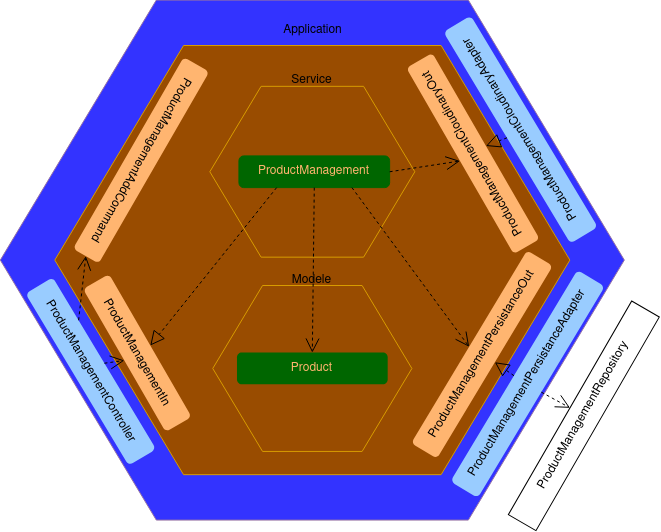
SimonVanMello/dshop keeps this draw.io diagram as documents/schema/addProductSchema.png. Above is the earlier version. Source tidied: cells renumbered, new cells last; positions are measured from the earlier drawing's top-left corner, leaving out a move shared by most shapes. Source of this version:
```xml
<mxGraphModel>
  <root>
    <mxCell id="0" />
    <mxCell id="1" parent="0" />
    <mxCell id="2" style="verticalLabelPosition=bottom;verticalAlign=top;html=1;shape=mxgraph.basic.polygon;polyCoords=[[0.25,0],[0.75,0],[1,0.5],[1,0.5],[0.75,1],[0.25,1],[0,0.5],[0,0.5]];polyline=0;fillColor=#3333FF;strokeColor=#9673a6;" parent="1" vertex="1">
      <mxGeometry x="9.8" y="-0.4" width="624" height="520" as="geometry" />
    </mxCell>
    <mxCell id="3" value="ProductManagementController" style="html=1;whiteSpace=wrap;rotation=59;direction=west;glass=0;strokeColor=none;fillColor=#99CCFF;shadow=0;rounded=1;" parent="1" vertex="1">
      <mxGeometry y="355" width="200.5" height="31.9" as="geometry" />
    </mxCell>
    <mxCell id="4" value="Adapters" style="text;html=1;align=center;verticalAlign=middle;strokeColor=none;fillColor=none;" parent="1" vertex="1">
      <mxGeometry x="221.3" y="55.8" width="70" height="30" as="geometry" />
    </mxCell>
    <mxCell id="5" style="verticalLabelPosition=bottom;verticalAlign=top;html=1;shape=mxgraph.basic.polygon;polyCoords=[[0.25,0],[0.75,0],[1,0.5],[1,0.5],[0.75,1],[0.25,1],[0,0.5],[0,0.5]];polyline=0;fillColor=#994C00;strokeColor=#d79b00;" parent="1" vertex="1">
      <mxGeometry x="64.3" y="45" width="515" height="429.2" as="geometry" />
    </mxCell>
    <mxCell id="6" value="Application" style="text;html=1;align=center;verticalAlign=middle;strokeColor=none;fillColor=none;" parent="1" vertex="1">
      <mxGeometry x="281.8" y="15" width="80" height="30" as="geometry" />
    </mxCell>
    <mxCell id="7" value="ProductManagementIn" style="html=1;whiteSpace=wrap;rotation=60;direction=west;glass=0;strokeColor=none;fillColor=#FFB570;shadow=0;rounded=1;flipV=0;flipH=0;fontColor=#000000;" parent="1" vertex="1">
      <mxGeometry x="64.3" y="337.5" width="165" height="30" as="geometry" />
    </mxCell>
    <mxCell id="8" value="ProductManagementAddCommand" style="html=1;whiteSpace=wrap;rotation=-240;direction=west;glass=0;strokeColor=none;fillColor=#FFB570;shadow=0;rounded=1;fontColor=#000000;" parent="1" vertex="1">
      <mxGeometry x="40" y="145" width="221.3" height="29.5" as="geometry" />
    </mxCell>
    <mxCell id="9" style="verticalLabelPosition=bottom;verticalAlign=top;html=1;shape=mxgraph.basic.polygon;polyCoords=[[0.25,0],[0.75,0],[1,0.5],[1,0.5],[0.75,1],[0.25,1],[0,0.5],[0,0.5]];polyline=0;fillColor=#994C00;strokeColor=#d79b00;" parent="1" vertex="1">
      <mxGeometry x="219.3" y="85.8" width="205" height="170.8" as="geometry" />
    </mxCell>
    <mxCell id="10" style="verticalLabelPosition=bottom;verticalAlign=top;html=1;shape=mxgraph.basic.polygon;polyCoords=[[0.25,0],[0.75,0],[1,0.5],[1,0.5],[0.75,1],[0.25,1],[0,0.5],[0,0.5]];polyline=0;fillColor=#994C00;strokeColor=#d79b00;" parent="1" vertex="1">
      <mxGeometry x="222.3" y="285" width="199.1" height="165.9" as="geometry" />
    </mxCell>
    <mxCell id="11" value="ProductManagementPersistanceOut" style="html=1;whiteSpace=wrap;rotation=301;direction=west;glass=0;strokeColor=none;fillColor=#FFB570;shadow=0;rounded=1;flipV=0;flipH=0;fontColor=#000000;" parent="1" vertex="1">
      <mxGeometry x="379" y="339" width="225" height="30" as="geometry" />
    </mxCell>
    <mxCell id="12" value="ProductManagementCloudinaryOut" style="html=1;whiteSpace=wrap;rotation=-120;direction=east;glass=0;strokeColor=none;fillColor=#FFB570;shadow=0;rounded=1;flipV=0;flipH=0;fontColor=#000000;" parent="1" vertex="1">
      <mxGeometry x="375" y="138" width="215" height="30" as="geometry" />
    </mxCell>
    <mxCell id="13" value="ProductManagementPersistanceAdapter" style="html=1;whiteSpace=wrap;rotation=301;direction=west;glass=0;strokeColor=none;fillColor=#99CCFF;shadow=0;rounded=1;" parent="1" vertex="1">
      <mxGeometry x="413.8" y="367.5" width="246.7" height="31.9" as="geometry" />
    </mxCell>
    <mxCell id="14" value="ProductManagementCloudinaryAdapter" style="html=1;whiteSpace=wrap;rotation=239;direction=west;glass=0;strokeColor=none;fillColor=#99CCFF;shadow=0;rounded=1;" parent="1" vertex="1">
      <mxGeometry x="406.8" y="113.1" width="246.7" height="31.9" as="geometry" />
    </mxCell>
    <mxCell id="15" value="ProductManagementRepository" style="html=1;whiteSpace=wrap;rotation=-60;direction=west;glass=0;strokeColor=default;fillColor=none;shadow=0;rounded=0;" parent="1" vertex="1">
      <mxGeometry x="470" y="399.4" width="246.7" height="31.9" as="geometry" />
    </mxCell>
    <mxCell id="16" value="Service" style="text;html=1;align=center;verticalAlign=middle;strokeColor=none;fillColor=none;" parent="1" vertex="1">
      <mxGeometry x="290.8" y="65" width="60" height="30" as="geometry" />
    </mxCell>
    <mxCell id="17" value="Modele" style="text;html=1;align=center;verticalAlign=middle;strokeColor=none;fillColor=none;" parent="1" vertex="1">
      <mxGeometry x="291.3" y="265" width="60" height="30" as="geometry" />
    </mxCell>
    <mxCell id="18" value="ProductManagement" style="html=1;whiteSpace=wrap;rotation=0;direction=east;glass=0;strokeColor=#006600;fillColor=#006600;shadow=0;rounded=1;flipV=0;flipH=0;fontColor=#FFB570;" parent="1" vertex="1">
      <mxGeometry x="248.4" y="155.4" width="150.7" height="31.7" as="geometry" />
    </mxCell>
    <mxCell id="19" value="Product" style="html=1;whiteSpace=wrap;rotation=0;direction=east;glass=0;strokeColor=none;fillColor=#006600;shadow=0;rounded=1;flipV=0;flipH=0;fontColor=#FFB570;" parent="1" vertex="1">
      <mxGeometry x="246.5" y="352.1" width="150.7" height="31.7" as="geometry" />
    </mxCell>
    <mxCell id="20" style="endArrow=open;endSize=12;dashed=1;html=1;rounded=0;entryX=0.5;entryY=0;entryDx=0;entryDy=0;exitX=0.5;exitY=1;exitDx=0;exitDy=0;" parent="1" edge="1" source="3" target="7">
      <mxGeometry x="0.28" y="-24" relative="1" as="geometry" />
    </mxCell>
    <mxCell id="21" style="endArrow=block;dashed=1;endFill=0;endSize=12;html=1;rounded=0;entryX=0.5;entryY=1;entryDx=0;entryDy=0;exitX=0.25;exitY=1;exitDx=0;exitDy=0;" parent="1" edge="1" source="18" target="7">
      <mxGeometry relative="1" as="geometry" />
    </mxCell>
    <mxCell id="22" style="endArrow=open;endSize=12;dashed=1;html=1;rounded=0;entryX=0.5;entryY=0;entryDx=0;entryDy=0;exitX=0.5;exitY=1;exitDx=0;exitDy=0;" parent="1" edge="1" source="18" target="19">
      <mxGeometry x="0.28" y="-24" relative="1" as="geometry" />
    </mxCell>
    <mxCell id="23" style="endArrow=open;endSize=12;dashed=1;html=1;rounded=0;entryX=0;entryY=0.5;entryDx=0;entryDy=0;exitX=0.75;exitY=1;exitDx=0;exitDy=0;" parent="1" edge="1" source="3" target="8">
      <mxGeometry x="0.28" y="-24" relative="1" as="geometry" />
    </mxCell>
    <mxCell id="24" style="endArrow=open;endSize=12;dashed=1;html=1;rounded=0;entryX=0.5;entryY=0;entryDx=0;entryDy=0;exitX=1;exitY=0.5;exitDx=0;exitDy=0;" parent="1" edge="1" source="18" target="12">
      <mxGeometry x="0.28" y="-24" relative="1" as="geometry" />
    </mxCell>
    <mxCell id="25" style="endArrow=open;endSize=12;dashed=1;html=1;rounded=0;entryX=0.5;entryY=1;entryDx=0;entryDy=0;exitX=0.75;exitY=1;exitDx=0;exitDy=0;" parent="1" edge="1" source="18" target="11">
      <mxGeometry x="0.28" y="-24" relative="1" as="geometry" />
    </mxCell>
    <mxCell id="26" style="endArrow=block;dashed=1;endFill=0;endSize=12;html=1;rounded=0;entryX=0.5;entryY=0;entryDx=0;entryDy=0;exitX=0.5;exitY=1;exitDx=0;exitDy=0;" parent="1" edge="1" source="13" target="11">
      <mxGeometry relative="1" as="geometry" />
    </mxCell>
    <mxCell id="27" style="endArrow=block;dashed=1;endFill=0;endSize=12;html=1;rounded=0;entryX=0.5;entryY=1;entryDx=0;entryDy=0;exitX=0.5;exitY=1;exitDx=0;exitDy=0;" parent="1" edge="1" source="14" target="12">
      <mxGeometry relative="1" as="geometry" />
    </mxCell>
    <mxCell id="28" style="endArrow=open;endSize=12;dashed=1;html=1;rounded=0;entryX=0.5;entryY=1;entryDx=0;entryDy=0;exitX=0.5;exitY=0;exitDx=0;exitDy=0;" parent="1" edge="1" source="13" target="15">
      <mxGeometry x="0.28" y="-24" relative="1" as="geometry" />
    </mxCell>
  </root>
</mxGraphModel>
```
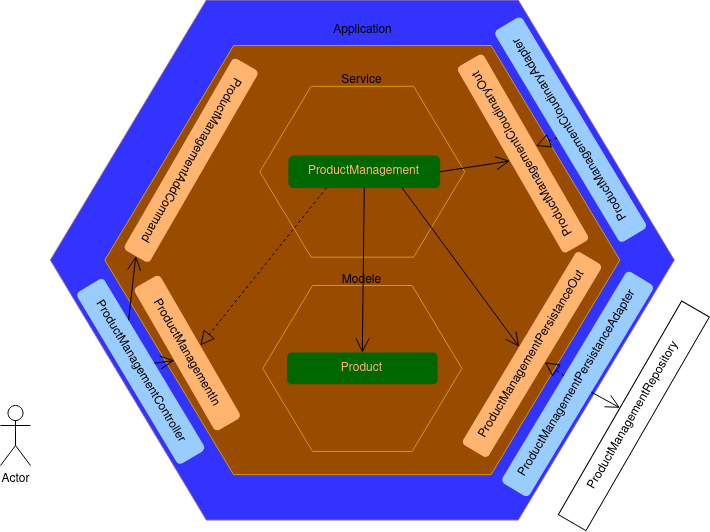
Later version of the same file.

What changed in the source:
```diff
@@ -56,22 +56,25 @@
     <mxCell id="19" value="Product" style="html=1;whiteSpace=wrap;rotation=0;direction=east;glass=0;strokeColor=none;fillColor=#006600;shadow=0;rounded=1;flipV=0;flipH=0;fontColor=#FFB570;" parent="1" vertex="1">
       <mxGeometry x="246.5" y="352.1" width="150.7" height="31.7" as="geometry" />
     </mxCell>
+    <mxCell id="29" value="Actor" style="shape=umlActor;verticalLabelPosition=bottom;verticalAlign=top;html=1;" parent="1" vertex="1">
+      <mxGeometry x="-40" y="405" width="30" height="60" as="geometry" />
+    </mxCell>
-    <mxCell id="20" style="endArrow=open;endSize=12;dashed=1;html=1;rounded=0;entryX=0.5;entryY=0;entryDx=0;entryDy=0;exitX=0.5;exitY=1;exitDx=0;exitDy=0;" parent="1" edge="1" source="3" target="7">
+    <mxCell id="20" style="endArrow=open;endSize=12;html=1;rounded=0;entryX=0.5;entryY=0;entryDx=0;entryDy=0;exitX=0.5;exitY=1;exitDx=0;exitDy=0;" parent="1" edge="1" source="3" target="7">
       <mxGeometry x="0.28" y="-24" relative="1" as="geometry" />
     </mxCell>
     <mxCell id="21" style="endArrow=block;dashed=1;endFill=0;endSize=12;html=1;rounded=0;entryX=0.5;entryY=1;entryDx=0;entryDy=0;exitX=0.25;exitY=1;exitDx=0;exitDy=0;" parent="1" edge="1" source="18" target="7">
       <mxGeometry relative="1" as="geometry" />
     </mxCell>
-    <mxCell id="22" style="endArrow=open;endSize=12;dashed=1;html=1;rounded=0;entryX=0.5;entryY=0;entryDx=0;entryDy=0;exitX=0.5;exitY=1;exitDx=0;exitDy=0;" parent="1" edge="1" source="18" target="19">
+    <mxCell id="22" style="endArrow=open;endSize=12;html=1;rounded=0;entryX=0.5;entryY=0;entryDx=0;entryDy=0;exitX=0.5;exitY=1;exitDx=0;exitDy=0;" parent="1" edge="1" source="18" target="19">
       <mxGeometry x="0.28" y="-24" relative="1" as="geometry" />
     </mxCell>
-    <mxCell id="23" style="endArrow=open;endSize=12;dashed=1;html=1;rounded=0;entryX=0;entryY=0.5;entryDx=0;entryDy=0;exitX=0.75;exitY=1;exitDx=0;exitDy=0;" parent="1" edge="1" source="3" target="8">
+    <mxCell id="23" style="endArrow=open;endSize=12;html=1;rounded=0;entryX=0;entryY=0.5;entryDx=0;entryDy=0;exitX=0.75;exitY=1;exitDx=0;exitDy=0;" parent="1" edge="1" source="3" target="8">
       <mxGeometry x="0.28" y="-24" relative="1" as="geometry" />
     </mxCell>
-    <mxCell id="24" style="endArrow=open;endSize=12;dashed=1;html=1;rounded=0;entryX=0.5;entryY=0;entryDx=0;entryDy=0;exitX=1;exitY=0.5;exitDx=0;exitDy=0;" parent="1" edge="1" source="18" target="12">
+    <mxCell id="24" style="endArrow=open;endSize=12;html=1;rounded=0;entryX=0.5;entryY=0;entryDx=0;entryDy=0;exitX=1;exitY=0.5;exitDx=0;exitDy=0;" parent="1" edge="1" source="18" target="12">
       <mxGeometry x="0.28" y="-24" relative="1" as="geometry" />
     </mxCell>
-    <mxCell id="25" style="endArrow=open;endSize=12;dashed=1;html=1;rounded=0;entryX=0.5;entryY=1;entryDx=0;entryDy=0;exitX=0.75;exitY=1;exitDx=0;exitDy=0;" parent="1" edge="1" source="18" target="11">
+    <mxCell id="25" style="endArrow=open;endSize=12;html=1;rounded=0;entryX=0.5;entryY=1;entryDx=0;entryDy=0;exitX=0.75;exitY=1;exitDx=0;exitDy=0;" parent="1" edge="1" source="18" target="11">
       <mxGeometry x="0.28" y="-24" relative="1" as="geometry" />
     </mxCell>
     <mxCell id="26" style="endArrow=block;dashed=1;endFill=0;endSize=12;html=1;rounded=0;entryX=0.5;entryY=0;entryDx=0;entryDy=0;exitX=0.5;exitY=1;exitDx=0;exitDy=0;" parent="1" edge="1" source="13" target="11">
@@ -80,7 +83,7 @@
     <mxCell id="27" style="endArrow=block;dashed=1;endFill=0;endSize=12;html=1;rounded=0;entryX=0.5;entryY=1;entryDx=0;entryDy=0;exitX=0.5;exitY=1;exitDx=0;exitDy=0;" parent="1" edge="1" source="14" target="12">
       <mxGeometry relative="1" as="geometry" />
     </mxCell>
-    <mxCell id="28" style="endArrow=open;endSize=12;dashed=1;html=1;rounded=0;entryX=0.5;entryY=1;entryDx=0;entryDy=0;exitX=0.5;exitY=0;exitDx=0;exitDy=0;" parent="1" edge="1" source="13" target="15">
+    <mxCell id="28" style="endArrow=open;endSize=12;html=1;rounded=0;entryX=0.5;entryY=1;entryDx=0;entryDy=0;exitX=0.5;exitY=0;exitDx=0;exitDy=0;" parent="1" edge="1" source="13" target="15">
       <mxGeometry x="0.28" y="-24" relative="1" as="geometry" />
     </mxCell>
   </root>
```
